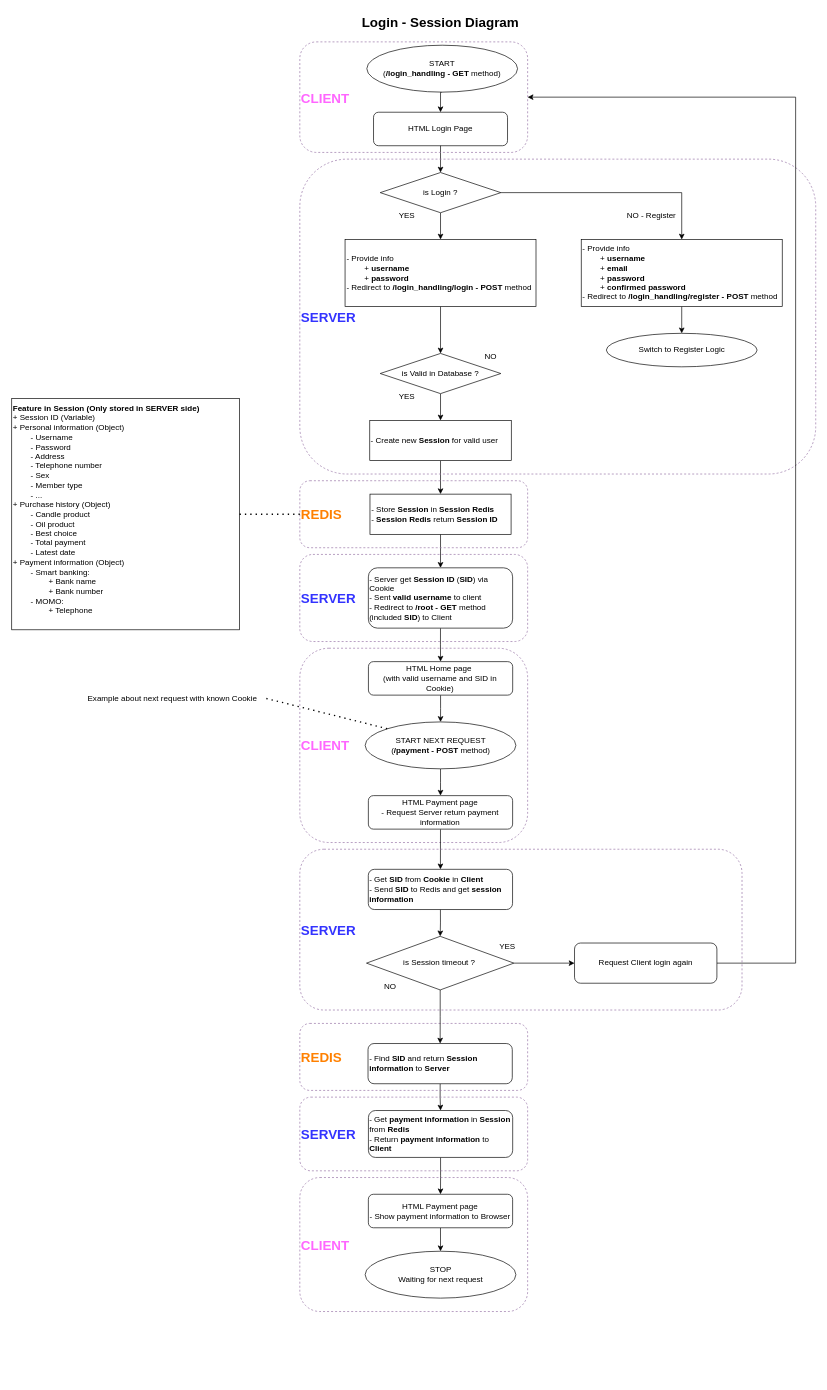
Earlier version of the draw.io diagram Documentation/Session_Cookie_Handling.drawio (MediumTin/Website-BnC-Candle). Source tidied: cells renumbered, new cells numbered last; positions are measured from the earlier drawing's top-left corner, leaving out a move shared by most shapes. Both pictures are drawn from the tidied source at 67%, with x=0, y=0 at pixel (11, 11).
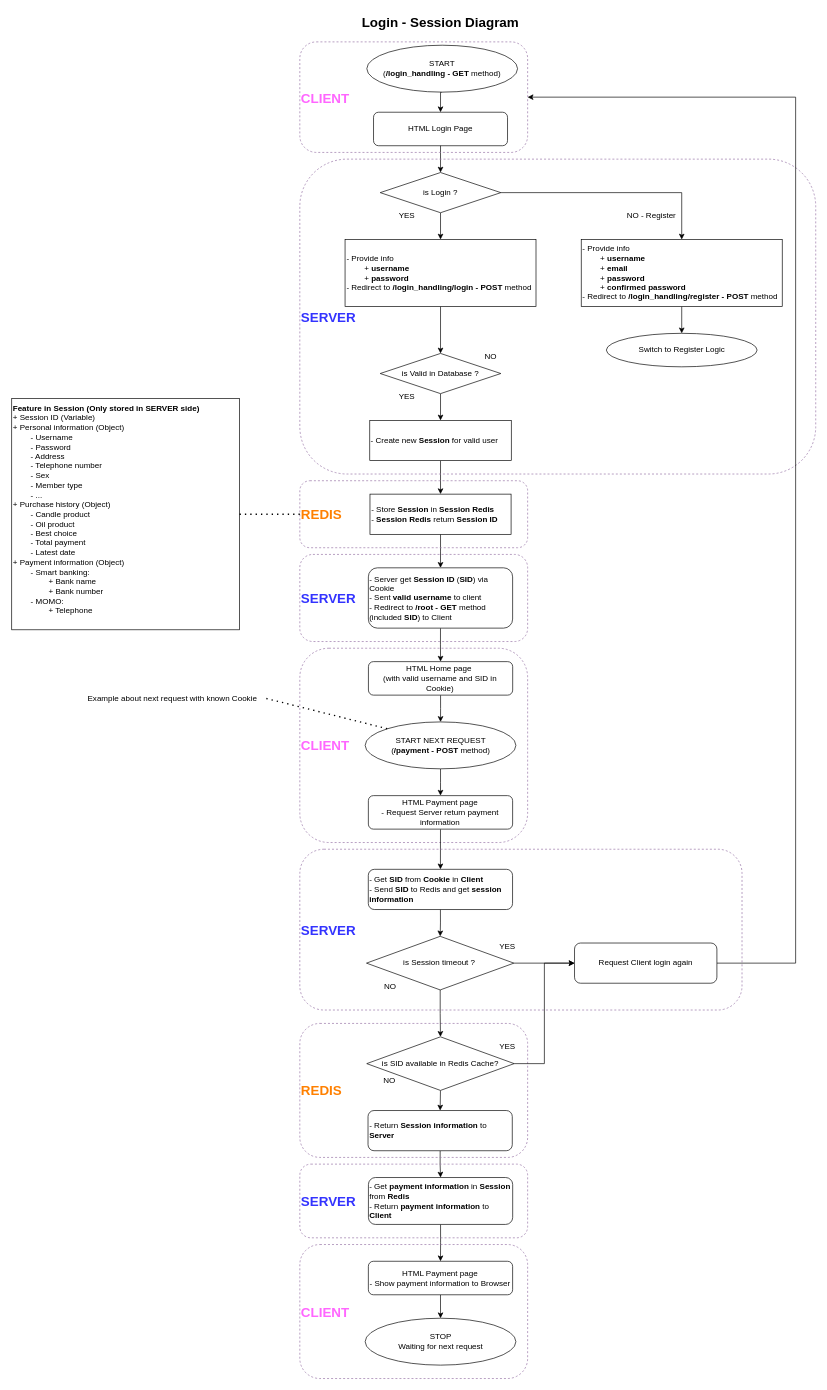
The same diagram, later.

The change refers to these unchanged cells:
```xml
<mxCell id="57" value="is Session timeout ?&amp;nbsp;" style="rhombus;whiteSpace=wrap;html=1;" parent="1" vertex="1">
  <mxGeometry x="529.5" y="1380" width="220" height="80" as="geometry" />
</mxCell>
<mxCell id="61" value="Request Client login again" style="rounded=1;whiteSpace=wrap;html=1;" parent="1" vertex="1">
  <mxGeometry x="840" y="1390" width="212.5" height="60" as="geometry" />
</mxCell>
```

What changed in the source:
```diff
@@
-    <mxCell id="44" value="- Find &lt;b&gt;SID &lt;/b&gt;and return &lt;b&gt;Session information &lt;/b&gt;to &lt;b&gt;Server&lt;/b&gt;" style="rounded=1;whiteSpace=wrap;html=1;align=left;" parent="1" vertex="1">
-      <mxGeometry x="531.8" y="1540" width="215.3" height="60" as="geometry" />
+    <mxCell id="44" value="- Return &lt;b&gt;Session information &lt;/b&gt;to &lt;b&gt;Server&lt;/b&gt;" style="rounded=1;whiteSpace=wrap;html=1;align=left;" parent="1" vertex="1">
+      <mxGeometry x="531.8" y="1640" width="215.3" height="60" as="geometry" />
     </mxCell>
     <mxCell id="45" value="&lt;span style=&quot;font-size: 20px;&quot;&gt;&lt;b&gt;&lt;font color=&quot;#ff8000&quot;&gt;REDIS&lt;/font&gt;&lt;/b&gt;&lt;/span&gt;" style="rounded=1;whiteSpace=wrap;html=1;fillColor=none;strokeColor=#9673a6;gradientColor=none;glass=0;shadow=0;fillStyle=dashed;align=left;dashed=1;" parent="1" vertex="1">
-      <mxGeometry x="430" y="1510" width="340" height="100" as="geometry" />
+      <mxGeometry x="430" y="1510" width="340" height="200" as="geometry" />
     </mxCell>
@@
     <mxCell id="48" value="- Get &lt;b&gt;payment information&lt;/b&gt; in &lt;b&gt;Session &lt;/b&gt;from &lt;b&gt;Redis&lt;/b&gt;&lt;div&gt;- Return &lt;b&gt;payment information&lt;/b&gt; to &lt;b&gt;Client&lt;/b&gt;&lt;/div&gt;" style="rounded=1;whiteSpace=wrap;html=1;align=left;" parent="1" vertex="1">
-      <mxGeometry x="532.4" y="1640" width="215.3" height="70" as="geometry" />
+      <mxGeometry x="532.4" y="1740" width="215.3" height="70" as="geometry" />
     </mxCell>
     <mxCell id="49" value="&lt;b&gt;&lt;font color=&quot;#3333ff&quot; style=&quot;font-size: 20px;&quot;&gt;SERVER&lt;/font&gt;&lt;/b&gt;" style="rounded=1;whiteSpace=wrap;html=1;fillColor=none;strokeColor=#9673a6;gradientColor=none;glass=0;shadow=0;fillStyle=dashed;align=left;dashed=1;" parent="1" vertex="1">
-      <mxGeometry x="430" y="1620" width="340" height="110" as="geometry" />
+      <mxGeometry x="430" y="1720" width="340" height="110" as="geometry" />
     </mxCell>
@@
     <mxCell id="51" value="HTML Payment page&lt;div&gt;- Show payment information to Browser&lt;/div&gt;" style="rounded=1;whiteSpace=wrap;html=1;align=center;" parent="1" vertex="1">
-      <mxGeometry x="532.3" y="1765" width="215.3" height="50" as="geometry" />
+      <mxGeometry x="532.3" y="1865" width="215.3" height="50" as="geometry" />
     </mxCell>
     <mxCell id="52" value="&lt;span style=&quot;font-size: 20px;&quot;&gt;&lt;b&gt;&lt;font color=&quot;#ff66ff&quot;&gt;CLIENT&lt;/font&gt;&lt;/b&gt;&lt;/span&gt;" style="rounded=1;whiteSpace=wrap;html=1;fillColor=none;strokeColor=#9673a6;gradientColor=none;glass=0;shadow=0;fillStyle=dashed;align=left;dashed=1;" parent="1" vertex="1">
-      <mxGeometry x="430" y="1740" width="340" height="200" as="geometry" />
+      <mxGeometry x="430" y="1840" width="340" height="200" as="geometry" />
     </mxCell>
     <mxCell id="53" value="STOP&lt;div&gt;Waiting for next request&lt;/div&gt;" style="ellipse;whiteSpace=wrap;html=1;" parent="1" vertex="1">
-      <mxGeometry x="527.5" y="1850" width="225" height="70" as="geometry" />
+      <mxGeometry x="527.5" y="1950" width="225" height="70" as="geometry" />
     </mxCell>
@@
-    <mxCell id="55" style="edgeStyle=orthogonalEdgeStyle;rounded=0;jettySize=auto;html=1;exitX=0.5;exitY=1;exitDx=0;exitDy=0;entryX=0.5;entryY=0;entryDx=0;entryDy=0;" parent="1" edge="1" source="57" target="44">
-      <mxGeometry relative="1" as="geometry" />
-    </mxCell>
@@
+    <mxCell id="62" style="edgeStyle=orthogonalEdgeStyle;rounded=0;jettySize=auto;html=1;exitX=0.5;exitY=1;exitDx=0;exitDy=0;entryX=0.5;entryY=0;entryDx=0;entryDy=0;" parent="1" edge="1" source="57" target="65">
+      <mxGeometry relative="1" as="geometry" />
+    </mxCell>
@@
+    <mxCell id="63" style="edgeStyle=orthogonalEdgeStyle;rounded=0;jettySize=auto;html=1;exitX=0.5;exitY=1;exitDx=0;exitDy=0;entryX=0.5;entryY=0;entryDx=0;entryDy=0;" parent="1" edge="1" source="65" target="44">
+      <mxGeometry relative="1" as="geometry" />
+    </mxCell>
+    <mxCell id="64" style="edgeStyle=orthogonalEdgeStyle;rounded=0;jettySize=auto;html=1;exitX=1;exitY=0.5;exitDx=0;exitDy=0;entryX=0;entryY=0.5;entryDx=0;entryDy=0;" parent="1" edge="1" source="65" target="61">
+      <mxGeometry relative="1" as="geometry" />
+    </mxCell>
+    <mxCell id="65" value="is SID available in Redis Cache?" style="rhombus;whiteSpace=wrap;html=1;" parent="1" vertex="1">
+      <mxGeometry x="529.9" y="1530" width="220" height="80" as="geometry" />
+    </mxCell>
+    <mxCell id="66" value="NO" style="text;html=1;align=center;verticalAlign=middle;whiteSpace=wrap;rounded=0;" parent="1" vertex="1">
+      <mxGeometry x="534.4" y="1580" width="60" height="30" as="geometry" />
+    </mxCell>
+    <mxCell id="67" value="YES" style="text;html=1;align=center;verticalAlign=middle;whiteSpace=wrap;rounded=0;" parent="1" vertex="1">
+      <mxGeometry x="710" y="1530" width="60" height="30" as="geometry" />
+    </mxCell>
```
